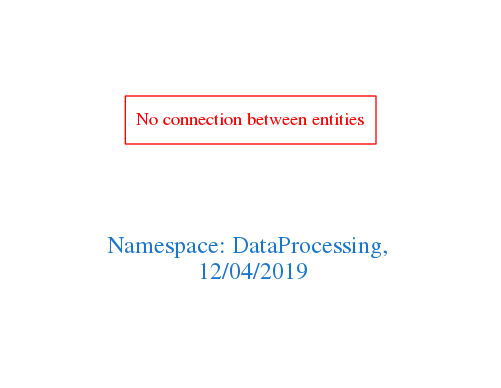
arago/OGIT keeps this Graphviz diagram as downloads/DataProcessing.png. Above is the earlier version. Its source is kept beside it as downloads/DataProcessing.dot. The source it was exported from:
```dot
digraph OGIT_ontology {
 graph [ rankdir= LR,pad=1
fontsize = 18,
fontcolor= dodgerblue3,label = "\n\n\nNamespace: DataProcessing, \n 12/04/2019"];
node[shape=polygon];
edge [  color="gray81"];

"No connection between entities" [fontcolor = "red",color="red", shape="polygon"]
}
```
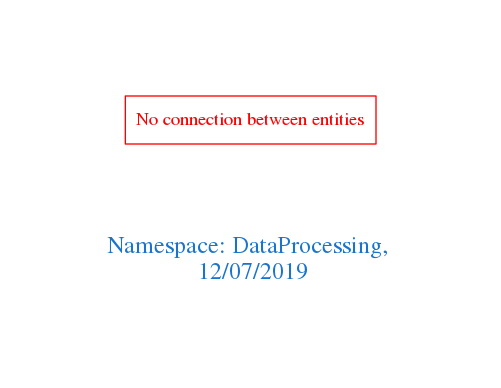
The same diagram one commit later.

The edit, as a diff of the source:
```diff
@@ -1,7 +1,7 @@
 digraph OGIT_ontology {
  graph [ rankdir= LR,pad=1
 fontsize = 18,
-fontcolor= dodgerblue3,label = "\n\n\nNamespace: DataProcessing, \n 12/04/2019"];
+fontcolor= dodgerblue3,label = "\n\n\nNamespace: DataProcessing, \n 12/07/2019"];
 node[shape=polygon];
 edge [  color="gray81"];
 
```
